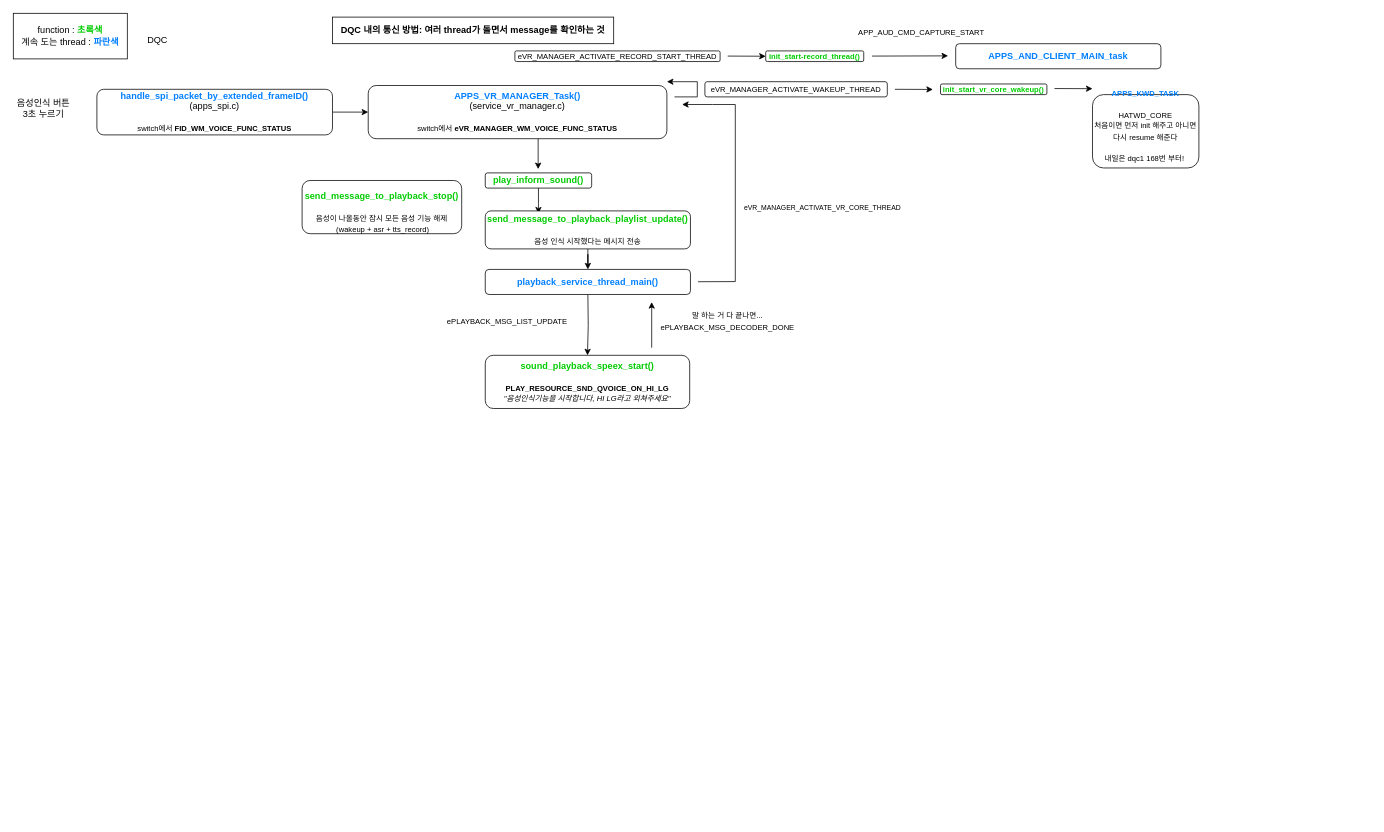
Before: lets go.drawio in kimoginsteven/misc, a draw.io diagram. Source tidied: cells renumbered, new cells numbered last; positions are measured from the earlier drawing's top-left corner, leaving out a move shared by most shapes. Both pictures are drawn from the tidied source at 76%, with x=0, y=0 at pixel (13, 13).
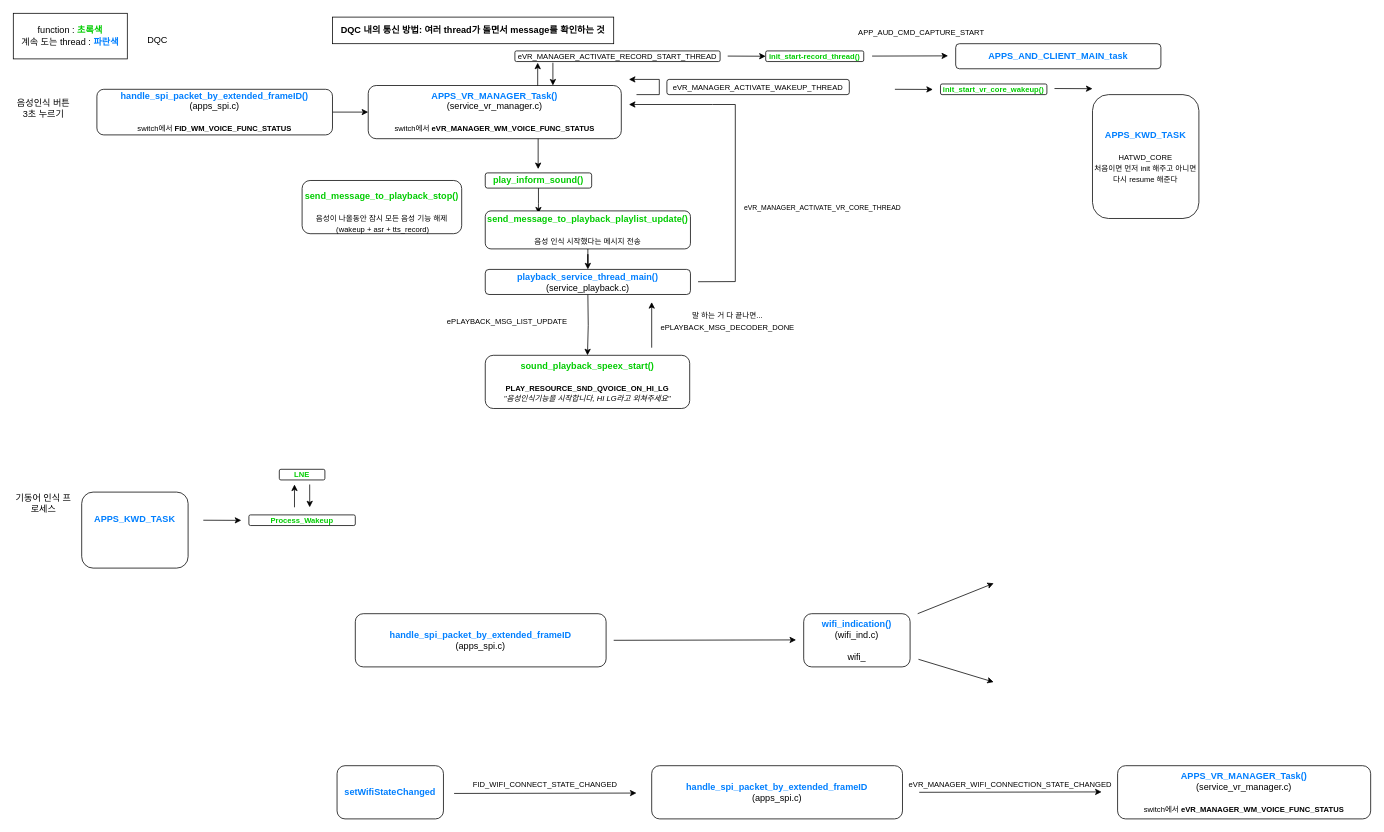
After the change.

Change to the diagram source:
```diff
@@
-    <mxCell id="5" value="&lt;b style=&quot;&quot;&gt;&lt;font color=&quot;#007fff&quot;&gt;handle_spi_packet_by_extended_frameID()&lt;/font&gt;&lt;br&gt;&lt;/b&gt;(apps_spi.c)&lt;br&gt;&lt;br&gt;&lt;font style=&quot;font-size: 10px;&quot;&gt;switch에서&amp;nbsp;&lt;b&gt;FID_WM_VOICE_FUNC_STATUS&lt;/b&gt;&lt;/font&gt;" style="rounded=1;whiteSpace=wrap;html=1;" parent="1" vertex="1">
+    <mxCell id="5" value="&lt;font style=&quot;&quot; color=&quot;#007fff&quot;&gt;&lt;b&gt;handle_spi_packet_by_extended_frameID()&lt;/b&gt;&lt;/font&gt;&lt;br&gt;(apps_spi.c)&lt;br&gt;&lt;br&gt;&lt;font style=&quot;font-size: 10px;&quot;&gt;switch에서&amp;nbsp;&lt;b&gt;FID_WM_VOICE_FUNC_STATUS&lt;/b&gt;&lt;/font&gt;" style="rounded=1;whiteSpace=wrap;html=1;" parent="1" vertex="1">
       <mxGeometry x="110" y="100" width="310" height="60" as="geometry" />
     </mxCell>
     <mxCell id="6" value="&lt;b&gt;&lt;font color=&quot;#007fff&quot;&gt;APPS_VR_MANAGER_Task()&lt;/font&gt;&lt;/b&gt;&lt;br&gt;(service_vr_manager.c)&lt;br&gt;&lt;br&gt;&lt;font style=&quot;font-size: 10px;&quot;&gt;switch에서 &lt;b&gt;eVR_MANAGER_WM_VOICE_FUNC_STATUS&lt;/b&gt;&lt;/font&gt;" style="rounded=1;whiteSpace=wrap;html=1;" parent="1" vertex="1">
-      <mxGeometry x="467" y="95" width="393" height="70" as="geometry" />
+      <mxGeometry x="467" y="95" width="333" height="70" as="geometry" />
     </mxCell>
@@
-    <mxCell id="15" value="&lt;b&gt;&lt;font color=&quot;#007fff&quot;&gt;playback_service_thread_main()&lt;/font&gt;&lt;/b&gt;" style="rounded=1;whiteSpace=wrap;html=1;" parent="1" vertex="1">
+    <mxCell id="15" value="&lt;b style=&quot;color: rgb(0, 127, 255);&quot;&gt;playback_service_thread_main()&lt;/b&gt;&lt;br&gt;(service_playback.c)" style="rounded=1;whiteSpace=wrap;html=1;" parent="1" vertex="1">
       <mxGeometry x="621" y="337" width="270" height="33" as="geometry" />
     </mxCell>
@@
     <mxCell id="21" style="endArrow=classic;html=1;rounded=0;" parent="1" edge="1">
       <mxGeometry relative="1" as="geometry">
         <mxPoint x="901" y="353.2" as="sourcePoint" />
-        <mxPoint x="880" y="120" as="targetPoint" />
+        <mxPoint x="810" y="120" as="targetPoint" />
         <Array as="points">
           <mxPoint x="950" y="353" />
           <mxPoint x="950" y="120" />
           <mxPoint x="920" y="120" />
         </Array>
       </mxGeometry>
     </mxCell>
@@
     <mxCell id="23" style="endArrow=classic;html=1;rounded=0;" parent="1" edge="1">
       <mxGeometry relative="1" as="geometry">
-        <mxPoint x="870" y="110" as="sourcePoint" />
-        <mxPoint x="860" y="90" as="targetPoint" />
+        <mxPoint x="820" y="107" as="sourcePoint" />
+        <mxPoint x="810" y="87" as="targetPoint" />
         <Array as="points">
-          <mxPoint x="900" y="110" />
-          <mxPoint x="900" y="90" />
+          <mxPoint x="850" y="107" />
+          <mxPoint x="850" y="87" />
         </Array>
       </mxGeometry>
     </mxCell>
     <mxCell id="24" value="&lt;font style=&quot;font-size: 10px;&quot;&gt;eVR_MANAGER_ACTIVATE_WAKEUP_THREAD&lt;/font&gt;" style="rounded=1;whiteSpace=wrap;html=1;" parent="1" vertex="1">
-      <mxGeometry x="910" y="90" width="240" height="20" as="geometry" />
+      <mxGeometry x="860" y="87" width="240" height="20" as="geometry" />
     </mxCell>
@@
-    <mxCell id="34" value="&lt;font style=&quot;font-size: 10px;&quot;&gt;&lt;b style=&quot;color: rgb(0, 127, 255);&quot;&gt;APPS_KWD_TASK&lt;/b&gt;&lt;br&gt;&lt;br&gt;HATWD_CORE&lt;br&gt;처음이면 먼저 init 해주고 아니면 다시 resume 해준다&lt;br&gt;&lt;br&gt;내일은 dqc1 168번 부터!&amp;nbsp;&lt;br&gt;&lt;br&gt;&lt;/font&gt;" style="rounded=1;whiteSpace=wrap;html=1;" parent="1" vertex="1">
-      <mxGeometry x="1420" y="107" width="140" height="96.5" as="geometry" />
+    <mxCell id="34" value="&lt;font style=&quot;&quot;&gt;&lt;b style=&quot;color: rgb(0, 127, 255);&quot;&gt;&lt;font style=&quot;font-size: 12px;&quot;&gt;APPS_KWD_TASK&lt;/font&gt;&lt;/b&gt;&lt;br&gt;&lt;br&gt;&lt;span style=&quot;font-size: 10px;&quot;&gt;HATWD_CORE&lt;/span&gt;&lt;br&gt;&lt;span style=&quot;font-size: 10px;&quot;&gt;처음이면 먼저 init 해주고 아니면 다시 resume 해준다&lt;/span&gt;&lt;br&gt;&lt;/font&gt;" style="rounded=1;whiteSpace=wrap;html=1;" parent="1" vertex="1">
+      <mxGeometry x="1420" y="107" width="140" height="163" as="geometry" />
     </mxCell>
+    <mxCell id="35" value="기동어 인식 프로세스" style="text;html=1;strokeColor=none;fillColor=none;align=center;verticalAlign=middle;whiteSpace=wrap;rounded=0;" parent="1" vertex="1">
+      <mxGeometry y="620" width="80" height="50" as="geometry" />
+    </mxCell>
+    <mxCell id="36" value="&lt;font style=&quot;&quot;&gt;&lt;b style=&quot;color: rgb(0, 127, 255);&quot;&gt;&lt;font style=&quot;font-size: 12px;&quot;&gt;APPS_KWD_TASK&lt;/font&gt;&lt;/b&gt;&lt;br&gt;&lt;br&gt;&lt;br&gt;&lt;/font&gt;" style="rounded=1;whiteSpace=wrap;html=1;" parent="1" vertex="1">
+      <mxGeometry x="90" y="630" width="140" height="100" as="geometry" />
+    </mxCell>
+    <mxCell id="37" value="&lt;font color=&quot;#00cc00&quot;&gt;&lt;span style=&quot;font-size: 10px;&quot;&gt;&lt;b&gt;Process_Wakeup&lt;/b&gt;&lt;/span&gt;&lt;/font&gt;" style="rounded=1;whiteSpace=wrap;html=1;" parent="1" vertex="1">
+      <mxGeometry x="310" y="660" width="140" height="14" as="geometry" />
+    </mxCell>
+    <mxCell id="38" style="endArrow=classic;html=1;rounded=0;" parent="1" edge="1">
+      <mxGeometry relative="1" as="geometry">
+        <mxPoint x="250" y="667" as="sourcePoint" />
+        <mxPoint x="300" y="667.2" as="targetPoint" />
+      </mxGeometry>
+    </mxCell>
+    <mxCell id="39" value="&lt;font color=&quot;#00cc00&quot;&gt;&lt;span style=&quot;font-size: 10px;&quot;&gt;&lt;b&gt;LNE&lt;/b&gt;&lt;/span&gt;&lt;/font&gt;" style="rounded=1;whiteSpace=wrap;html=1;" parent="1" vertex="1">
+      <mxGeometry x="350" y="600" width="60" height="14" as="geometry" />
+    </mxCell>
+    <mxCell id="40" style="endArrow=classic;html=1;rounded=0;" parent="1" edge="1">
+      <mxGeometry relative="1" as="geometry">
+        <mxPoint x="370" y="650" as="sourcePoint" />
+        <mxPoint x="370" y="620" as="targetPoint" />
+      </mxGeometry>
+    </mxCell>
+    <mxCell id="41" style="endArrow=classic;html=1;rounded=0;" parent="1" edge="1">
+      <mxGeometry relative="1" as="geometry">
+        <mxPoint x="390" y="620" as="sourcePoint" />
+        <mxPoint x="390" y="650" as="targetPoint" />
+      </mxGeometry>
+    </mxCell>
+    <mxCell id="42" style="endArrow=classic;html=1;rounded=0;" parent="1" edge="1">
+      <mxGeometry relative="1" as="geometry">
+        <mxPoint x="690" y="95" as="sourcePoint" />
+        <mxPoint x="690" y="65" as="targetPoint" />
+      </mxGeometry>
+    </mxCell>
+    <mxCell id="43" style="endArrow=classic;html=1;rounded=0;" parent="1" edge="1">
+      <mxGeometry relative="1" as="geometry">
+        <mxPoint x="710" y="65" as="sourcePoint" />
+        <mxPoint x="710" y="95" as="targetPoint" />
+      </mxGeometry>
+    </mxCell>
+    <mxCell id="44" value="&lt;font style=&quot;&quot;&gt;&lt;font color=&quot;#007fff&quot;&gt;&lt;b&gt;setWifiStateChanged&lt;/b&gt;&lt;/font&gt;&lt;br&gt;&lt;/font&gt;" style="rounded=1;whiteSpace=wrap;html=1;" parent="1" vertex="1">
+      <mxGeometry x="426" y="990" width="140" height="70" as="geometry" />
+    </mxCell>
+    <mxCell id="45" value="&lt;font style=&quot;&quot;&gt;&lt;b style=&quot;color: rgb(0, 127, 255);&quot;&gt;handle_spi_packet_by_extended_frameID&lt;/b&gt;&lt;br&gt;(apps_spi.c)&lt;br&gt;&lt;/font&gt;" style="rounded=1;whiteSpace=wrap;html=1;" parent="1" vertex="1">
+      <mxGeometry x="840" y="990" width="330" height="70" as="geometry" />
+    </mxCell>
+    <mxCell id="46" style="endArrow=classic;html=1;rounded=0;" parent="1" edge="1">
+      <mxGeometry relative="1" as="geometry">
+        <mxPoint x="580" y="1026.5" as="sourcePoint" />
+        <mxPoint x="820" y="1026" as="targetPoint" />
+      </mxGeometry>
+    </mxCell>
+    <mxCell id="47" value="&lt;font style=&quot;font-size: 10px;&quot;&gt;FID_WIFI_CONNECT_STATE_CHANGED&lt;/font&gt;" style="text;html=1;strokeColor=none;fillColor=none;align=center;verticalAlign=middle;whiteSpace=wrap;rounded=0;" parent="1" vertex="1">
+      <mxGeometry x="600" y="1000" width="200" height="30" as="geometry" />
+    </mxCell>
+    <mxCell id="48" value="&lt;b&gt;&lt;font color=&quot;#007fff&quot;&gt;APPS_VR_MANAGER_Task()&lt;/font&gt;&lt;/b&gt;&lt;br&gt;(service_vr_manager.c)&lt;br&gt;&lt;br&gt;&lt;font style=&quot;font-size: 10px;&quot;&gt;switch에서 &lt;b&gt;eVR_MANAGER_WM_VOICE_FUNC_STATUS&lt;/b&gt;&lt;/font&gt;" style="rounded=1;whiteSpace=wrap;html=1;" parent="1" vertex="1">
+      <mxGeometry x="1453" y="990" width="333" height="70" as="geometry" />
+    </mxCell>
+    <mxCell id="49" style="endArrow=classic;html=1;rounded=0;" parent="1" edge="1">
+      <mxGeometry relative="1" as="geometry">
+        <mxPoint x="1192" y="1025" as="sourcePoint" />
+        <mxPoint x="1432" y="1024.5" as="targetPoint" />
+      </mxGeometry>
+    </mxCell>
+    <mxCell id="50" value="&lt;font style=&quot;font-size: 10px;&quot;&gt;eVR_MANAGER_WIFI_CONNECTION_STATE_CHANGED&lt;/font&gt;" style="text;html=1;strokeColor=none;fillColor=none;align=center;verticalAlign=middle;whiteSpace=wrap;rounded=0;" parent="1" vertex="1">
+      <mxGeometry x="1212" y="1000" width="200" height="30" as="geometry" />
+    </mxCell>
+    <mxCell id="51" value="&lt;font style=&quot;&quot;&gt;&lt;b style=&quot;color: rgb(0, 127, 255);&quot;&gt;handle_spi_packet_by_extended_frameID&lt;/b&gt;&lt;br&gt;(apps_spi.c)&lt;br&gt;&lt;/font&gt;" style="rounded=1;whiteSpace=wrap;html=1;" parent="1" vertex="1">
+      <mxGeometry x="450" y="790" width="330" height="70" as="geometry" />
+    </mxCell>
+    <mxCell id="52" style="endArrow=classic;html=1;rounded=0;" parent="1" edge="1">
+      <mxGeometry relative="1" as="geometry">
+        <mxPoint x="790" y="825" as="sourcePoint" />
+        <mxPoint x="1030" y="824.5" as="targetPoint" />
+      </mxGeometry>
+    </mxCell>
+    <mxCell id="53" value="&lt;font style=&quot;&quot;&gt;&lt;font color=&quot;#007fff&quot;&gt;&lt;b&gt;wifi_indication()&lt;/b&gt;&lt;/font&gt;&lt;br&gt;(wifi_ind.c)&lt;br&gt;&lt;br&gt;wifi_&lt;br&gt;&lt;/font&gt;" style="rounded=1;whiteSpace=wrap;html=1;" parent="1" vertex="1">
+      <mxGeometry x="1040" y="790" width="140" height="70" as="geometry" />
+    </mxCell>
+    <mxCell id="54" style="endArrow=classic;html=1;rounded=0;" parent="1" edge="1">
+      <mxGeometry relative="1" as="geometry">
+        <mxPoint x="1190" y="790" as="sourcePoint" />
+        <mxPoint x="1290" y="750" as="targetPoint" />
+      </mxGeometry>
+    </mxCell>
+    <mxCell id="55" style="endArrow=classic;html=1;rounded=0;" parent="1" edge="1">
+      <mxGeometry relative="1" as="geometry">
+        <mxPoint x="1191" y="850" as="sourcePoint" />
+        <mxPoint x="1290" y="880" as="targetPoint" />
+      </mxGeometry>
+    </mxCell>
```
